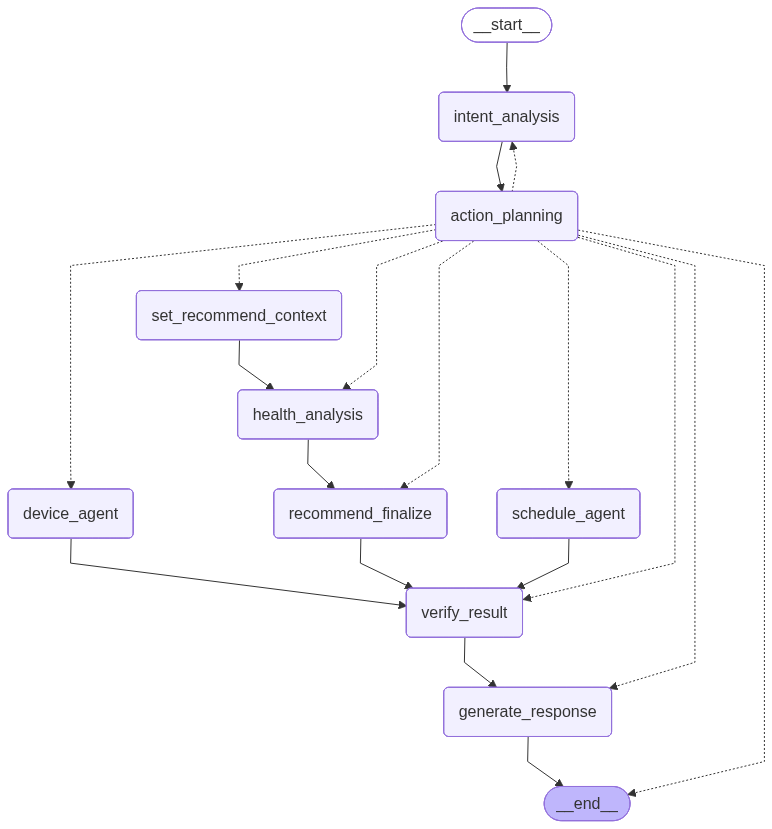
Earlier version of the Mermaid export docs/graphs/action_graph.png (sogang-radai/wave-home-agent). Its source is kept beside it as docs/graphs/action_graph.mmd. Source of this version:
```mermaid
---
config:
  flowchart:
    curve: linear
---
graph TD;
	__start__([<p>__start__</p>]):::first
	intent_analysis(intent_analysis)
	action_planning(action_planning)
	device_agent(device_agent)
	schedule_agent(schedule_agent)
	set_recommend_context(set_recommend_context)
	health_analysis(health_analysis)
	recommend_finalize(recommend_finalize)
	verify_result(verify_result)
	generate_response(generate_response)
	__end__([<p>__end__</p>]):::last
	__start__ --> intent_analysis;
	device_agent --> verify_result;
	generate_response --> __end__;
	health_analysis --> recommend_finalize;
	intent_analysis --> action_planning;
	recommend_finalize --> verify_result;
	schedule_agent --> verify_result;
	set_recommend_context --> health_analysis;
	verify_result --> generate_response;
	action_planning -.-> intent_analysis;
	action_planning -.-> device_agent;
	action_planning -.-> schedule_agent;
	action_planning -.-> set_recommend_context;
	action_planning -.-> health_analysis;
	action_planning -.-> recommend_finalize;
	action_planning -.-> verify_result;
	action_planning -.-> generate_response;
	action_planning -.-> __end__;
	classDef default fill:#f2f0ff,line-height:1.2
	classDef first fill-opacity:0
	classDef last fill:#bfb6fc
```
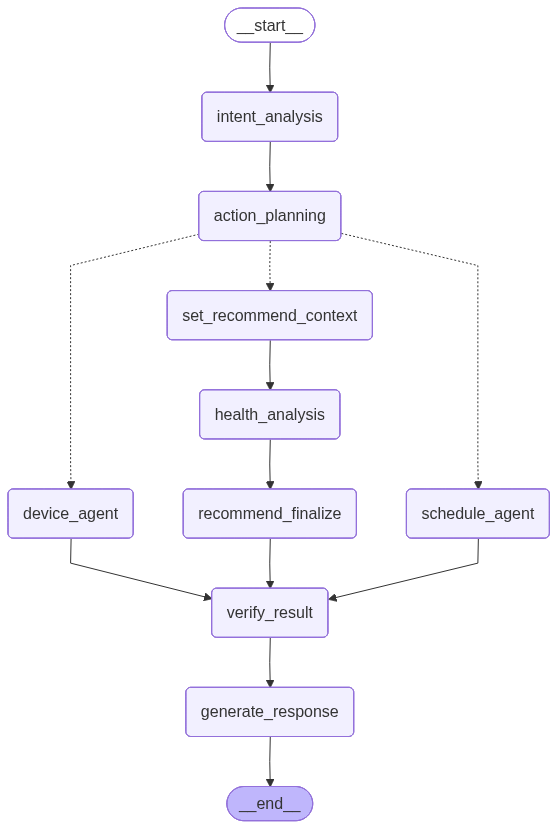
After the change.

The edit, as a diff of the source:
```diff
@@ -16,23 +16,17 @@
 	generate_response(generate_response)
 	__end__([<p>__end__</p>]):::last
 	__start__ --> intent_analysis;
+	action_planning -.-> device_agent;
+	action_planning -.-> schedule_agent;
+	action_planning -.-> set_recommend_context;
 	device_agent --> verify_result;
-	generate_response --> __end__;
 	health_analysis --> recommend_finalize;
 	intent_analysis --> action_planning;
 	recommend_finalize --> verify_result;
 	schedule_agent --> verify_result;
 	set_recommend_context --> health_analysis;
 	verify_result --> generate_response;
-	action_planning -.-> intent_analysis;
-	action_planning -.-> device_agent;
-	action_planning -.-> schedule_agent;
-	action_planning -.-> set_recommend_context;
-	action_planning -.-> health_analysis;
-	action_planning -.-> recommend_finalize;
-	action_planning -.-> verify_result;
-	action_planning -.-> generate_response;
-	action_planning -.-> __end__;
+	generate_response --> __end__;
 	classDef default fill:#f2f0ff,line-height:1.2
 	classDef first fill-opacity:0
 	classDef last fill:#bfb6fc
```
